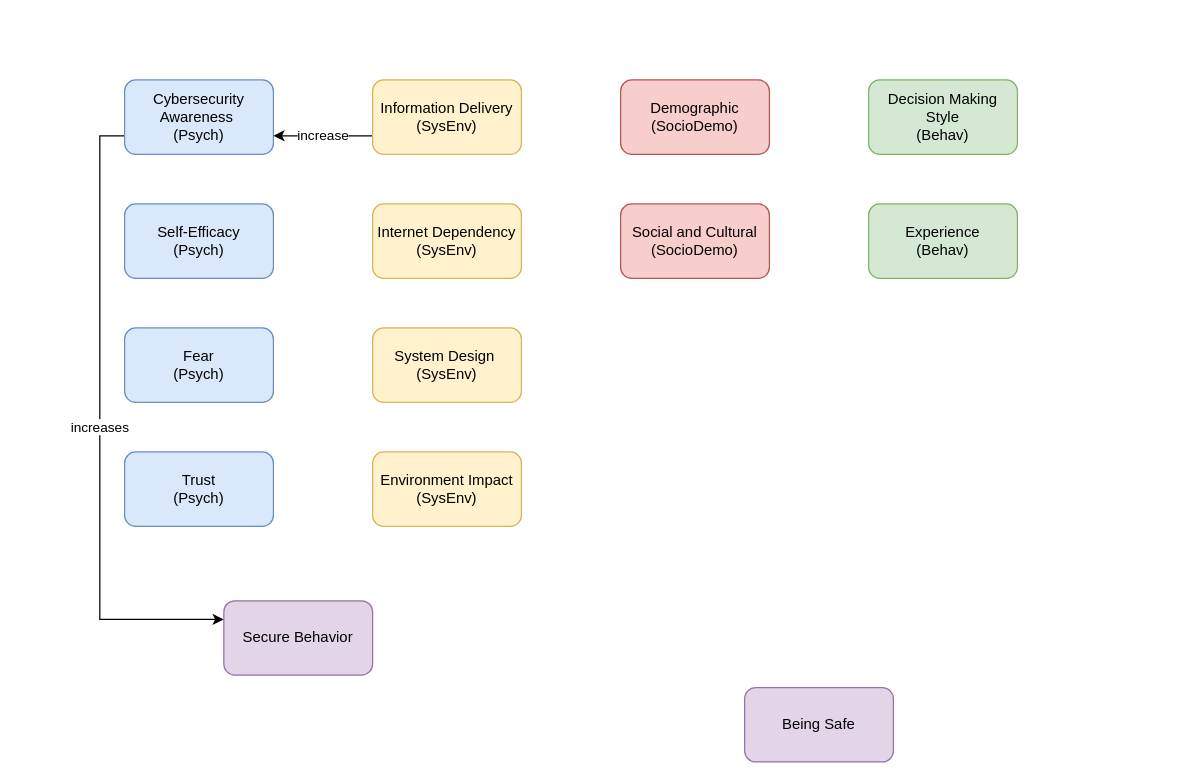
HooradAboo/I-CLAIM keeps this draw.io diagram as page "Page-1" (1 of 3) of Diagrams/Codebook.drawio. Above is the earlier version. Source tidied: cells renumbered, new cells numbered last; positions are measured from the earlier drawing's top-left corner, leaving out a move shared by most shapes. Both pictures are drawn from the tidied source at 124%, with x=0, y=0 at pixel (124, 79).
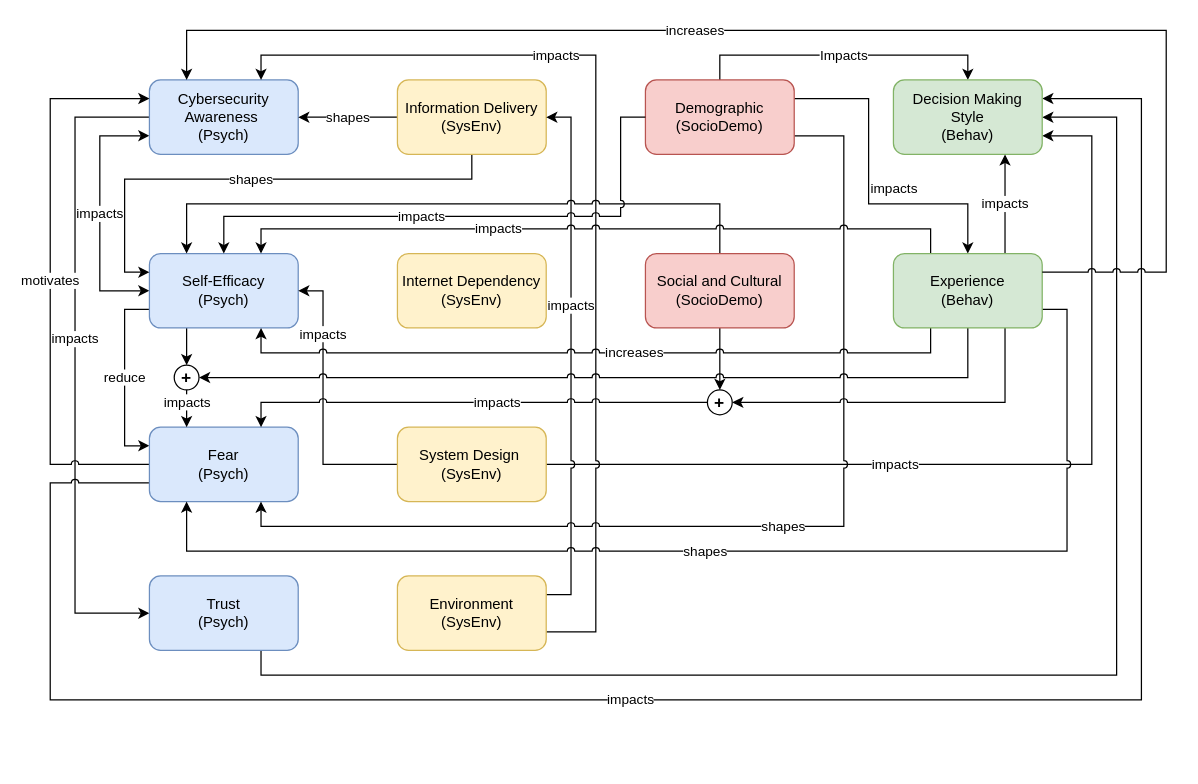
The same page after the edit.

Diff of the diagram source:
```diff
@@
-    <mxCell id="2" value="increases" style="edgeStyle=orthogonalEdgeStyle;rounded=0;jettySize=auto;html=1;exitX=0;exitY=0.75;exitDx=0;exitDy=0;entryX=0;entryY=0.25;entryDx=0;entryDy=0;" parent="1" edge="1" source="3" target="17">
-      <mxGeometry relative="1" as="geometry" />
-    </mxCell>
+    <mxCell id="18" value="impacts" style="edgeStyle=orthogonalEdgeStyle;shape=connector;rounded=0;jumpStyle=arc;jettySize=auto;html=1;exitX=0;exitY=0.5;exitDx=0;exitDy=0;entryX=0;entryY=0.5;entryDx=0;entryDy=0;strokeColor=default;align=center;verticalAlign=middle;fontFamily=Helvetica;fontSize=11;fontColor=default;labelBackgroundColor=default;endArrow=classic;" parent="1" edge="1" source="3" target="6">
+      <mxGeometry x="-0.08" relative="1" as="geometry">
+        <Array as="points">
+          <mxPoint x="-40" y="30" />
+          <mxPoint x="-40" y="430" />
+        </Array>
+      </mxGeometry>
+    </mxCell>
+    <mxCell id="19" value="impacts" style="edgeStyle=orthogonalEdgeStyle;shape=connector;rounded=0;jumpStyle=arc;jettySize=auto;html=1;exitX=0;exitY=0.75;exitDx=0;exitDy=0;entryX=0;entryY=0.5;entryDx=0;entryDy=0;strokeColor=default;align=center;verticalAlign=middle;fontFamily=Helvetica;fontSize=11;fontColor=default;labelBackgroundColor=default;endArrow=classic;startArrow=classic;startFill=1;" parent="1" edge="1" source="3" target="4">
+      <mxGeometry relative="1" as="geometry">
+        <Array as="points">
+          <mxPoint x="-20" y="45" />
+          <mxPoint x="-20" y="170" />
+        </Array>
+      </mxGeometry>
+    </mxCell>
     <mxCell id="3" value="Cybersecurity Awareness&amp;nbsp;&lt;br&gt;(Psych)" style="rounded=1;whiteSpace=wrap;html=1;fillColor=#dae8fc;strokeColor=#6c8ebf;" parent="1" vertex="1">
-      <mxGeometry width="120" height="60" as="geometry" />
+      <mxGeometry x="20" width="120" height="60" as="geometry" />
     </mxCell>
+    <mxCell id="20" value="reduce" style="edgeStyle=orthogonalEdgeStyle;rounded=0;jettySize=auto;html=1;exitX=0;exitY=0.75;exitDx=0;exitDy=0;entryX=0;entryY=0.25;entryDx=0;entryDy=0;jumpStyle=arc;" parent="1" edge="1" source="4" target="5">
+      <mxGeometry relative="1" as="geometry">
+        <Array as="points">
+          <mxPoint y="185" />
+          <mxPoint y="295" />
+        </Array>
+      </mxGeometry>
+    </mxCell>
+    <mxCell id="21" style="edgeStyle=orthogonalEdgeStyle;shape=connector;rounded=0;jumpStyle=arc;jettySize=auto;html=1;exitX=0.25;exitY=1;exitDx=0;exitDy=0;entryX=0.5;entryY=0;entryDx=0;entryDy=0;strokeColor=default;align=left;verticalAlign=middle;fontFamily=Helvetica;fontSize=11;fontColor=default;labelBackgroundColor=default;endArrow=classic;" parent="1" edge="1" source="4" target="46">
+      <mxGeometry relative="1" as="geometry" />
+    </mxCell>
     <mxCell id="4" value="Self-Efficacy&lt;br&gt;(Psych)" style="rounded=1;whiteSpace=wrap;html=1;fillColor=#dae8fc;strokeColor=#6c8ebf;" parent="1" vertex="1">
-      <mxGeometry y="100" width="120" height="60" as="geometry" />
+      <mxGeometry x="20" y="140" width="120" height="60" as="geometry" />
     </mxCell>
+    <mxCell id="22" value="motivates" style="edgeStyle=orthogonalEdgeStyle;shape=connector;rounded=0;jumpStyle=arc;jettySize=auto;html=1;exitX=0;exitY=0.5;exitDx=0;exitDy=0;entryX=0;entryY=0.25;entryDx=0;entryDy=0;strokeColor=default;align=center;verticalAlign=middle;fontFamily=Helvetica;fontSize=11;fontColor=default;labelBackgroundColor=default;endArrow=classic;" parent="1" edge="1" source="5" target="3">
+      <mxGeometry relative="1" as="geometry">
+        <Array as="points">
+          <mxPoint x="-60" y="310" />
+          <mxPoint x="-60" y="15" />
+        </Array>
+      </mxGeometry>
+    </mxCell>
+    <mxCell id="23" value="impacts" style="edgeStyle=orthogonalEdgeStyle;shape=connector;rounded=0;jumpStyle=arc;jettySize=auto;html=1;exitX=0;exitY=0.75;exitDx=0;exitDy=0;entryX=1;entryY=0.25;entryDx=0;entryDy=0;strokeColor=default;align=center;verticalAlign=middle;fontFamily=Helvetica;fontSize=11;fontColor=default;labelBackgroundColor=default;endArrow=classic;" parent="1" edge="1" source="5" target="14">
+      <mxGeometry x="-0.15" relative="1" as="geometry">
+        <Array as="points">
+          <mxPoint x="-60" y="325" />
+          <mxPoint x="-60" y="500" />
+          <mxPoint x="820" y="500" />
+          <mxPoint x="820" y="15" />
+        </Array>
+      </mxGeometry>
+    </mxCell>
     <mxCell id="5" value="Fear&lt;br&gt;(Psych)" style="rounded=1;whiteSpace=wrap;html=1;fillColor=#dae8fc;strokeColor=#6c8ebf;" parent="1" vertex="1">
-      <mxGeometry y="200" width="120" height="60" as="geometry" />
+      <mxGeometry x="20" y="280" width="120" height="60" as="geometry" />
     </mxCell>
+    <mxCell id="24" style="edgeStyle=orthogonalEdgeStyle;rounded=0;jettySize=auto;html=1;exitX=0.75;exitY=1;exitDx=0;exitDy=0;entryX=1;entryY=0.5;entryDx=0;entryDy=0;jumpStyle=arc;" parent="1" edge="1" source="6" target="14">
+      <mxGeometry relative="1" as="geometry">
+        <Array as="points">
+          <mxPoint x="110" y="480" />
+          <mxPoint x="800" y="480" />
+          <mxPoint x="800" y="30" />
+        </Array>
+      </mxGeometry>
+    </mxCell>
     <mxCell id="6" value="Trust&lt;br&gt;(Psych)" style="rounded=1;whiteSpace=wrap;html=1;fillColor=#dae8fc;strokeColor=#6c8ebf;" parent="1" vertex="1">
-      <mxGeometry y="300" width="120" height="60" as="geometry" />
+      <mxGeometry x="20" y="400" width="120" height="60" as="geometry" />
     </mxCell>
-    <mxCell id="7" value="increase" style="edgeStyle=orthogonalEdgeStyle;rounded=0;jettySize=auto;html=1;exitX=0;exitY=0.75;exitDx=0;exitDy=0;entryX=1;entryY=0.75;entryDx=0;entryDy=0;" parent="1" edge="1" source="8" target="3">
+    <mxCell id="7" value="shapes" style="edgeStyle=orthogonalEdgeStyle;rounded=0;jettySize=auto;html=1;exitX=0;exitY=0.5;exitDx=0;exitDy=0;entryX=1;entryY=0.5;entryDx=0;entryDy=0;jumpStyle=arc;" parent="1" edge="1" source="8" target="3">
       <mxGeometry relative="1" as="geometry" />
     </mxCell>
+    <mxCell id="25" value="shapes" style="edgeStyle=orthogonalEdgeStyle;rounded=0;jettySize=auto;html=1;exitX=0.5;exitY=1;exitDx=0;exitDy=0;jumpStyle=arc;entryX=0;entryY=0.25;entryDx=0;entryDy=0;" parent="1" edge="1" source="8" target="4">
+      <mxGeometry relative="1" as="geometry">
+        <Array as="points">
+          <mxPoint x="280" y="80" />
+          <mxPoint y="80" />
+          <mxPoint y="155" />
+        </Array>
+      </mxGeometry>
+    </mxCell>
     <mxCell id="8" value="Information Delivery&lt;br&gt;(SysEnv)" style="rounded=1;whiteSpace=wrap;html=1;fillColor=#fff2cc;strokeColor=#d6b656;" parent="1" vertex="1">
-      <mxGeometry x="200" width="120" height="60" as="geometry" />
+      <mxGeometry x="220" width="120" height="60" as="geometry" />
     </mxCell>
     <mxCell id="9" value="Internet Dependency&lt;br&gt;(SysEnv)" style="rounded=1;whiteSpace=wrap;html=1;fillColor=#fff2cc;strokeColor=#d6b656;" parent="1" vertex="1">
-      <mxGeometry x="200" y="100" width="120" height="60" as="geometry" />
+      <mxGeometry x="220" y="140" width="120" height="60" as="geometry" />
     </mxCell>
+    <mxCell id="26" value="impacts" style="edgeStyle=orthogonalEdgeStyle;rounded=0;jettySize=auto;html=1;exitX=0;exitY=0.5;exitDx=0;exitDy=0;entryX=1;entryY=0.5;entryDx=0;entryDy=0;jumpStyle=arc;" parent="1" edge="1" source="10" target="4">
+      <mxGeometry x="0.5" relative="1" as="geometry">
+        <Array as="points">
+          <mxPoint x="160" y="310" />
+          <mxPoint x="160" y="170" />
+        </Array>
+      </mxGeometry>
+    </mxCell>
+    <mxCell id="27" value="impacts" style="edgeStyle=orthogonalEdgeStyle;shape=connector;rounded=0;jumpStyle=arc;jettySize=auto;html=1;exitX=1;exitY=0.5;exitDx=0;exitDy=0;strokeColor=default;align=left;verticalAlign=middle;fontFamily=Helvetica;fontSize=11;fontColor=default;labelBackgroundColor=default;endArrow=classic;entryX=1;entryY=0.75;entryDx=0;entryDy=0;" parent="1" edge="1" source="10" target="14">
+      <mxGeometry x="-0.3" relative="1" as="geometry">
+        <Array as="points">
+          <mxPoint x="780" y="310" />
+          <mxPoint x="780" y="45" />
+        </Array>
+      </mxGeometry>
+    </mxCell>
     <mxCell id="10" value="System Design&lt;span style=&quot;background-color: transparent; color: light-dark(rgb(0, 0, 0), rgb(255, 255, 255));&quot;&gt;&amp;nbsp;&lt;/span&gt;&lt;div&gt;(SysEnv)&lt;/div&gt;" style="rounded=1;whiteSpace=wrap;html=1;fillColor=#fff2cc;strokeColor=#d6b656;" parent="1" vertex="1">
-      <mxGeometry x="200" y="200" width="120" height="60" as="geometry" />
+      <mxGeometry x="220" y="280" width="120" height="60" as="geometry" />
     </mxCell>
+    <mxCell id="28" value="impacts" style="edgeStyle=orthogonalEdgeStyle;rounded=0;jettySize=auto;html=1;exitX=1;exitY=0.25;exitDx=0;exitDy=0;entryX=1;entryY=0.5;entryDx=0;entryDy=0;jumpStyle=arc;" parent="1" edge="1" source="11" target="8">
+      <mxGeometry x="0.19" relative="1" as="geometry" />
+    </mxCell>
+    <mxCell id="29" value="impacts" style="edgeStyle=orthogonalEdgeStyle;shape=connector;rounded=0;jumpStyle=arc;jettySize=auto;html=1;exitX=1;exitY=0.75;exitDx=0;exitDy=0;entryX=0.75;entryY=0;entryDx=0;entryDy=0;strokeColor=default;align=center;verticalAlign=middle;fontFamily=Helvetica;fontSize=11;fontColor=default;labelBackgroundColor=default;endArrow=classic;" parent="1" edge="1" source="11" target="3">
+      <mxGeometry x="0.35" relative="1" as="geometry">
+        <Array as="points">
+          <mxPoint x="380" y="445" />
+          <mxPoint x="380" y="-20" />
+          <mxPoint x="110" y="-20" />
+        </Array>
+      </mxGeometry>
+    </mxCell>
-    <mxCell id="11" value="&lt;div&gt;Environment Impact&lt;br&gt;(SysEnv)&lt;/div&gt;" style="rounded=1;whiteSpace=wrap;html=1;fillColor=#fff2cc;strokeColor=#d6b656;" parent="1" vertex="1">
-      <mxGeometry x="200" y="300" width="120" height="60" as="geometry" />
+    <mxCell id="11" value="&lt;div&gt;Environment&lt;br&gt;(SysEnv)&lt;/div&gt;" style="rounded=1;whiteSpace=wrap;html=1;fillColor=#fff2cc;strokeColor=#d6b656;" parent="1" vertex="1">
+      <mxGeometry x="220" y="400" width="120" height="60" as="geometry" />
     </mxCell>
+    <mxCell id="30" value="Impacts" style="edgeStyle=orthogonalEdgeStyle;shape=connector;rounded=0;jumpStyle=arc;jettySize=auto;html=1;exitX=0.5;exitY=0;exitDx=0;exitDy=0;entryX=0.5;entryY=0;entryDx=0;entryDy=0;strokeColor=default;align=center;verticalAlign=middle;fontFamily=Helvetica;fontSize=11;fontColor=default;labelBackgroundColor=default;endArrow=classic;" parent="1" edge="1" source="12" target="14">
+      <mxGeometry relative="1" as="geometry" />
+    </mxCell>
+    <mxCell id="31" value="shapes" style="edgeStyle=orthogonalEdgeStyle;shape=connector;rounded=0;jumpStyle=arc;jettySize=auto;html=1;exitX=1;exitY=0.75;exitDx=0;exitDy=0;entryX=0.75;entryY=1;entryDx=0;entryDy=0;strokeColor=default;align=left;verticalAlign=middle;fontFamily=Helvetica;fontSize=11;fontColor=default;labelBackgroundColor=default;endArrow=classic;" parent="1" edge="1" source="12" target="5">
+      <mxGeometry relative="1" as="geometry">
+        <Array as="points">
+          <mxPoint x="580" y="45" />
+          <mxPoint x="580" y="360" />
+          <mxPoint x="110" y="360" />
+        </Array>
+      </mxGeometry>
+    </mxCell>
+    <mxCell id="32" value="impacts" style="edgeStyle=orthogonalEdgeStyle;shape=connector;rounded=0;jumpStyle=arc;jettySize=auto;html=1;exitX=1;exitY=0.25;exitDx=0;exitDy=0;entryX=0.5;entryY=0;entryDx=0;entryDy=0;strokeColor=default;align=left;verticalAlign=middle;fontFamily=Helvetica;fontSize=11;fontColor=default;labelBackgroundColor=default;endArrow=classic;" parent="1" edge="1" source="12" target="15">
+      <mxGeometry relative="1" as="geometry">
+        <Array as="points">
+          <mxPoint x="600" y="15" />
+          <mxPoint x="600" y="100" />
+          <mxPoint x="680" y="100" />
+        </Array>
+      </mxGeometry>
+    </mxCell>
     <mxCell id="12" value="Demographic&lt;br&gt;(SocioDemo)" style="rounded=1;whiteSpace=wrap;html=1;fillColor=#f8cecc;strokeColor=#b85450;" parent="1" vertex="1">
-      <mxGeometry x="400" width="120" height="60" as="geometry" />
+      <mxGeometry x="420" width="120" height="60" as="geometry" />
     </mxCell>
+    <mxCell id="33" style="edgeStyle=orthogonalEdgeStyle;shape=connector;rounded=0;jumpStyle=arc;jettySize=auto;html=1;exitX=0.5;exitY=0;exitDx=0;exitDy=0;entryX=0.25;entryY=0;entryDx=0;entryDy=0;strokeColor=default;align=left;verticalAlign=middle;fontFamily=Helvetica;fontSize=11;fontColor=default;labelBackgroundColor=default;endArrow=classic;" parent="1" edge="1" source="13" target="4">
+      <mxGeometry relative="1" as="geometry">
+        <Array as="points">
+          <mxPoint x="480" y="100" />
+          <mxPoint x="50" y="100" />
+        </Array>
+      </mxGeometry>
+    </mxCell>
+    <mxCell id="34" style="edgeStyle=orthogonalEdgeStyle;shape=connector;rounded=0;jumpStyle=arc;jettySize=auto;html=1;exitX=0.5;exitY=1;exitDx=0;exitDy=0;entryX=0.5;entryY=0;entryDx=0;entryDy=0;strokeColor=default;align=left;verticalAlign=middle;fontFamily=Helvetica;fontSize=11;fontColor=default;labelBackgroundColor=default;endArrow=classic;" parent="1" edge="1" source="13" target="44">
+      <mxGeometry relative="1" as="geometry" />
+    </mxCell>
     <mxCell id="13" value="Social and Cultural&lt;br&gt;(SocioDemo)" style="rounded=1;whiteSpace=wrap;html=1;fillColor=#f8cecc;strokeColor=#b85450;" parent="1" vertex="1">
-      <mxGeometry x="400" y="100" width="120" height="60" as="geometry" />
+      <mxGeometry x="420" y="140" width="120" height="60" as="geometry" />
     </mxCell>
     <mxCell id="14" value="Decision Making Style&lt;br&gt;(Behav)" style="rounded=1;whiteSpace=wrap;html=1;fillColor=#d5e8d4;strokeColor=#82b366;" parent="1" vertex="1">
-      <mxGeometry x="600" width="120" height="60" as="geometry" />
+      <mxGeometry x="620" width="120" height="60" as="geometry" />
     </mxCell>
+    <mxCell id="35" value="impacts" style="edgeStyle=orthogonalEdgeStyle;rounded=0;jettySize=auto;html=1;exitX=0.25;exitY=0;exitDx=0;exitDy=0;entryX=0.75;entryY=0;entryDx=0;entryDy=0;jumpStyle=arc;align=left;" parent="1" edge="1" source="15" target="4">
+      <mxGeometry x="0.34" relative="1" as="geometry" />
+    </mxCell>
+    <mxCell id="36" value="shapes" style="edgeStyle=orthogonalEdgeStyle;rounded=0;jettySize=auto;html=1;exitX=1;exitY=0.75;exitDx=0;exitDy=0;entryX=0.25;entryY=1;entryDx=0;entryDy=0;jumpStyle=arc;align=left;" parent="1" edge="1" source="15" target="5">
+      <mxGeometry x="0.09" relative="1" as="geometry">
+        <Array as="points">
+          <mxPoint x="760" y="185" />
+          <mxPoint x="760" y="380" />
+          <mxPoint x="50" y="380" />
+        </Array>
+      </mxGeometry>
+    </mxCell>
+    <mxCell id="37" value="increases" style="edgeStyle=orthogonalEdgeStyle;shape=connector;rounded=0;jumpStyle=arc;jettySize=auto;html=1;exitX=0.25;exitY=1;exitDx=0;exitDy=0;entryX=0.75;entryY=1;entryDx=0;entryDy=0;strokeColor=default;align=left;verticalAlign=middle;fontFamily=Helvetica;fontSize=11;fontColor=default;labelBackgroundColor=default;endArrow=classic;" parent="1" edge="1" source="15" target="4">
+      <mxGeometry x="-0.02" relative="1" as="geometry">
+        <Array as="points">
+          <mxPoint x="650" y="220" />
+          <mxPoint x="110" y="220" />
+        </Array>
+      </mxGeometry>
+    </mxCell>
+    <mxCell id="38" value="impacts" style="edgeStyle=orthogonalEdgeStyle;shape=connector;rounded=0;jumpStyle=arc;jettySize=auto;html=1;exitX=0.75;exitY=0;exitDx=0;exitDy=0;entryX=0.75;entryY=1;entryDx=0;entryDy=0;strokeColor=default;align=center;verticalAlign=middle;fontFamily=Helvetica;fontSize=11;fontColor=default;labelBackgroundColor=default;endArrow=classic;" parent="1" edge="1" source="15" target="14">
+      <mxGeometry relative="1" as="geometry" />
+    </mxCell>
+    <mxCell id="39" style="edgeStyle=orthogonalEdgeStyle;shape=connector;rounded=0;jumpStyle=arc;jettySize=auto;html=1;exitX=0.75;exitY=1;exitDx=0;exitDy=0;entryX=1;entryY=0.5;entryDx=0;entryDy=0;strokeColor=default;align=left;verticalAlign=middle;fontFamily=Helvetica;fontSize=11;fontColor=default;labelBackgroundColor=default;endArrow=classic;" parent="1" edge="1" source="15" target="44">
+      <mxGeometry relative="1" as="geometry" />
+    </mxCell>
+    <mxCell id="40" style="edgeStyle=orthogonalEdgeStyle;shape=connector;rounded=0;jumpStyle=arc;jettySize=auto;html=1;exitX=0.5;exitY=1;exitDx=0;exitDy=0;entryX=1;entryY=0.5;entryDx=0;entryDy=0;strokeColor=default;align=left;verticalAlign=middle;fontFamily=Helvetica;fontSize=11;fontColor=default;labelBackgroundColor=default;endArrow=classic;" parent="1" edge="1" source="15" target="46">
+      <mxGeometry relative="1" as="geometry" />
+    </mxCell>
     <mxCell id="15" value="Experience&lt;br&gt;(Behav)" style="rounded=1;whiteSpace=wrap;html=1;fillColor=#d5e8d4;strokeColor=#82b366;" parent="1" vertex="1">
-      <mxGeometry x="600" y="100" width="120" height="60" as="geometry" />
+      <mxGeometry x="620" y="140" width="120" height="60" as="geometry" />
     </mxCell>
-    <mxCell id="16" value="Being Safe" style="rounded=1;whiteSpace=wrap;html=1;fillColor=#e1d5e7;strokeColor=#9673a6;" parent="1" vertex="1">
-      <mxGeometry x="500" y="490" width="120" height="60" as="geometry" />
-    </mxCell>
-    <mxCell id="17" value="Secure Behavior" style="rounded=1;whiteSpace=wrap;html=1;fillColor=#e1d5e7;strokeColor=#9673a6;" parent="1" vertex="1">
-      <mxGeometry x="80" y="420" width="120" height="60" as="geometry" />
-    </mxCell>
+    <mxCell id="41" value="increases" style="edgeStyle=orthogonalEdgeStyle;shape=connector;rounded=0;jumpStyle=arc;jettySize=auto;html=1;exitX=1;exitY=0.25;exitDx=0;exitDy=0;entryX=0.25;entryY=0;entryDx=0;entryDy=0;strokeColor=default;align=center;verticalAlign=middle;fontFamily=Helvetica;fontSize=11;fontColor=default;labelBackgroundColor=default;endArrow=classic;" parent="1" edge="1" source="15" target="3">
+      <mxGeometry x="0.2" relative="1" as="geometry">
+        <Array as="points">
+          <mxPoint x="840" y="155" />
+          <mxPoint x="840" y="-40" />
+          <mxPoint x="50" y="-40" />
+        </Array>
+      </mxGeometry>
+    </mxCell>
+    <mxCell id="42" value="impacts" style="edgeStyle=orthogonalEdgeStyle;shape=connector;rounded=0;jumpStyle=arc;jettySize=auto;html=1;exitX=0;exitY=0.5;exitDx=0;exitDy=0;entryX=0.5;entryY=0;entryDx=0;entryDy=0;strokeColor=default;align=left;verticalAlign=middle;fontFamily=Helvetica;fontSize=11;fontColor=default;labelBackgroundColor=default;endArrow=classic;" parent="1" edge="1" source="12" target="4">
+      <mxGeometry x="0.25" relative="1" as="geometry">
+        <Array as="points">
+          <mxPoint x="400" y="30" />
+          <mxPoint x="400" y="110" />
+          <mxPoint x="80" y="110" />
+        </Array>
+      </mxGeometry>
+    </mxCell>
+    <mxCell id="43" value="impacts" style="edgeStyle=orthogonalEdgeStyle;shape=connector;rounded=0;jumpStyle=arc;jettySize=auto;html=1;exitX=0;exitY=0.5;exitDx=0;exitDy=0;entryX=0.75;entryY=0;entryDx=0;entryDy=0;strokeColor=default;align=left;verticalAlign=middle;fontFamily=Helvetica;fontSize=11;fontColor=default;labelBackgroundColor=default;endArrow=classic;" parent="1" edge="1" source="44" target="5">
+      <mxGeometry relative="1" as="geometry" />
+    </mxCell>
+    <mxCell id="44" value="&lt;font style=&quot;font-size: 14px;&quot;&gt;&lt;b&gt;+&lt;/b&gt;&lt;/font&gt;" style="ellipse;whiteSpace=wrap;html=1;fontFamily=Helvetica;fontSize=11;fontColor=default;labelBackgroundColor=default;" parent="1" vertex="1">
+      <mxGeometry x="470" y="250" width="20" height="20" as="geometry" />
+    </mxCell>
+    <mxCell id="45" value="impacts" style="edgeStyle=orthogonalEdgeStyle;shape=connector;rounded=0;jumpStyle=arc;jettySize=auto;html=1;exitX=0.5;exitY=1;exitDx=0;exitDy=0;entryX=0.25;entryY=0;entryDx=0;entryDy=0;strokeColor=default;align=left;verticalAlign=middle;fontFamily=Helvetica;fontSize=11;fontColor=default;labelBackgroundColor=default;endArrow=classic;" parent="1" edge="1" source="46" target="5">
+      <mxGeometry x="-0.33" y="-20" relative="1" as="geometry" />
+    </mxCell>
+    <mxCell id="46" value="&lt;font style=&quot;font-size: 14px;&quot;&gt;&lt;b&gt;+&lt;/b&gt;&lt;/font&gt;" style="ellipse;whiteSpace=wrap;html=1;fontFamily=Helvetica;fontSize=11;fontColor=default;labelBackgroundColor=default;" parent="1" vertex="1">
+      <mxGeometry x="40" y="230" width="20" height="20" as="geometry" />
+    </mxCell>
```
